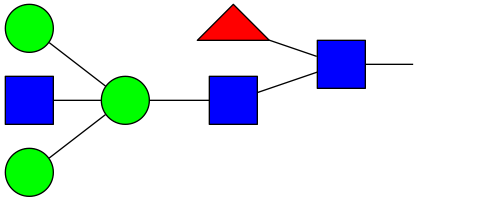
Above: Dot/fuc_bis_n.png in SRI-CSL/iopc (Graphviz), before the change. Its source is kept beside it as Dot/fuc_bis_n.dot. Source of this version:
```dot
digraph fucbn {
	rankdir=LR;
  edge [dir=none];

root0  [ label="" shape=plaintext margin=0 ];
fuc1    [label="" shape=triangle fillcolor=red style=filled ];
glcnac2 [label = "" shape=square fillcolor=blue style=filled ];
glcnac3 [label = "" shape=square fillcolor=blue style=filled ];
man4    [label = "" shape=circle fillcolor=green style=filled ];
man5    [label = "" shape=circle fillcolor=green style=filled ];
glcnac6 [label = "" shape=square fillcolor=blue  style=filled ];
man7    [label = "" shape=circle fillcolor=green style=filled ];


glcnac2 -> root0;
fuc1 -> glcnac2;
glcnac3 -> glcnac2;
man4 -> glcnac3;
man5 -> man4;
glcnac6 -> man4;
man7 -> man4;
}
```
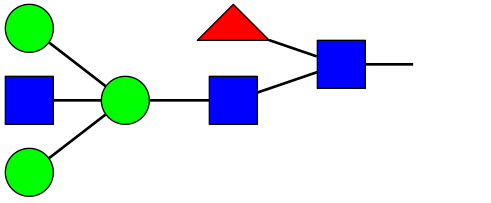
After the commit.

Diff of the diagram source:
```diff
@@ -1,6 +1,6 @@
 digraph fucbn {
 	rankdir=LR;
-  edge [dir=none];
+  edge [dir=none, style=bold];
 
 root0  [ label="" shape=plaintext margin=0 ];
 fuc1    [label="" shape=triangle fillcolor=red style=filled ];
```
